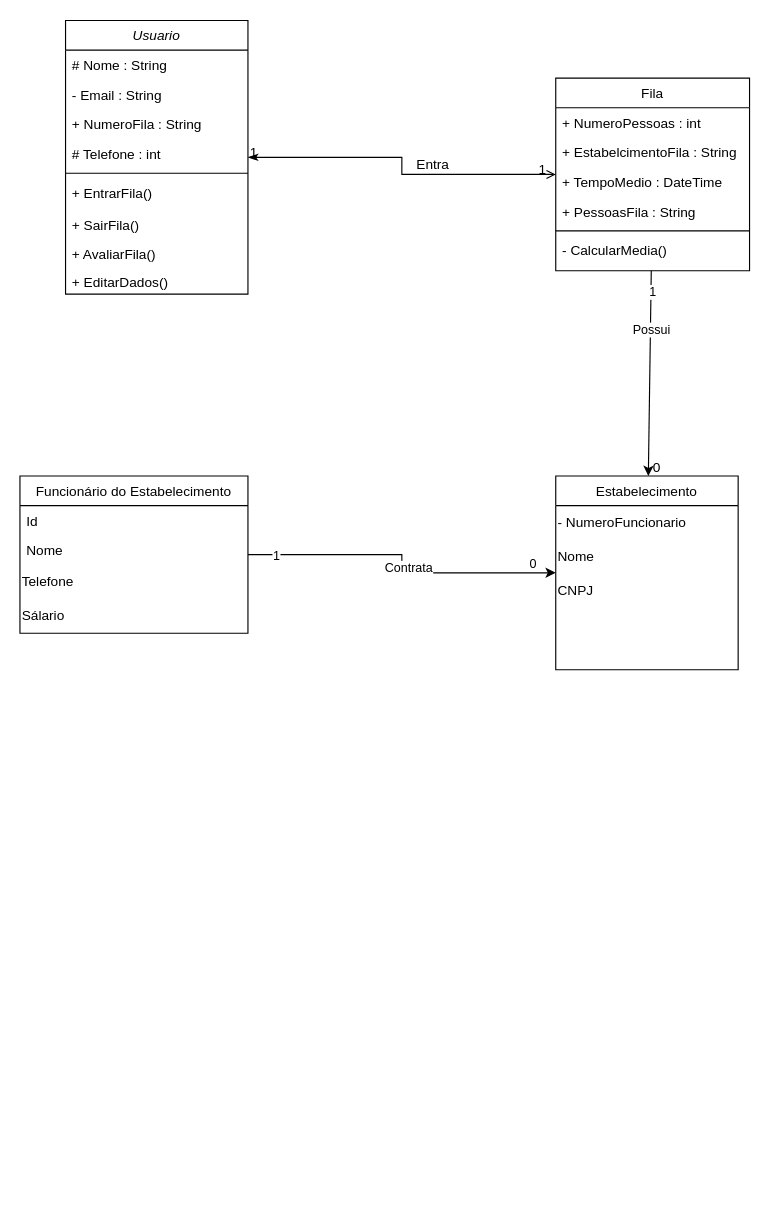
ArthurMLi/Pit keeps this draw.io diagram as DiagramaClasses.drawio. Above is the earlier version. Source tidied: cells renumbered, new cells numbered last; positions are measured from the earlier drawing's top-left corner, leaving out a move shared by most shapes. Both pictures are drawn from the tidied source at 114%, with x=0, y=0 at pixel (19, 19).
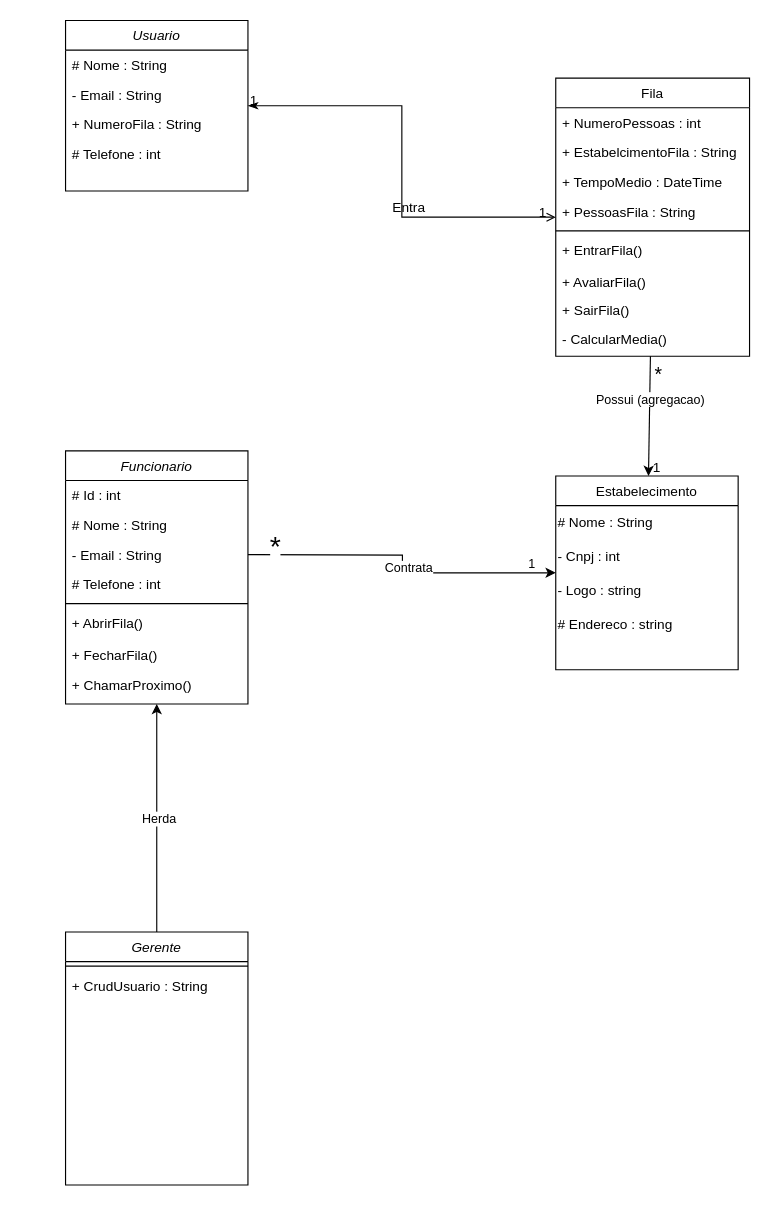
The same page after the edit.

Unchanged cells that the change refers to:
```xml
<mxCell id="17" value="Estabelecimento" style="swimlane;fontStyle=0;align=center;verticalAlign=top;horizontal=1;startSize=26;rounded=0;shadow=0;strokeWidth=1;" parent="1" vertex="1">
  <mxGeometry x="470" y="400" width="160" height="170" as="geometry" />
</mxCell>
<mxCell id="32" style="endArrow=classic;html=1;rounded=0;" parent="1" edge="1" source="21" target="17">
  <mxGeometry relative="1" as="geometry" />
</mxCell>
```

What changed in the source:
```diff
@@
     <mxCell id="2" value="Usuario" style="swimlane;fontStyle=2;align=center;verticalAlign=top;horizontal=1;startSize=26;rounded=0;shadow=0;strokeWidth=1;" parent="1" vertex="1">
-      <mxGeometry x="40" y="0.5" width="160" height="240" as="geometry" />
+      <mxGeometry x="40" y="0.5" width="160" height="149.5" as="geometry" />
     </mxCell>
@@
-    <mxCell id="7" style="line;html=1;strokeWidth=1;align=left;verticalAlign=middle;spacingTop=-1;spacingLeft=3;spacingRight=3;labelPosition=right;" parent="2" vertex="1">
-      <mxGeometry y="130" width="160" height="8" as="geometry" />
-    </mxCell>
-    <mxCell id="8" value="+ EntrarFila()" style="text;align=left;verticalAlign=top;spacingLeft=4;spacingRight=4;overflow=hidden;" parent="2" vertex="1">
-      <mxGeometry y="138" width="160" height="28" as="geometry" />
-    </mxCell>
-    <mxCell id="9" value="+ SairFila()" style="text;align=left;verticalAlign=top;spacingLeft=4;spacingRight=4;overflow=hidden;rounded=0;shadow=0;html=0;" parent="2" vertex="1">
-      <mxGeometry y="166" width="160" height="26" as="geometry" />
-    </mxCell>
-    <mxCell id="10" value="+ AvaliarFila()" style="text;align=left;verticalAlign=top;spacingLeft=4;spacingRight=4;overflow=hidden;rounded=0;shadow=0;html=0;" parent="2" vertex="1">
-      <mxGeometry y="192" width="160" height="24" as="geometry" />
-    </mxCell>
-    <mxCell id="11" value="+ EditarDados()" style="text;align=left;verticalAlign=top;spacingLeft=4;spacingRight=4;overflow=hidden;rounded=0;shadow=0;html=0;" parent="2" vertex="1">
-      <mxGeometry y="216" width="160" height="24" as="geometry" />
-    </mxCell>
-    <mxCell id="12" value="Funcionário do Estabelecimento" style="swimlane;fontStyle=0;align=center;verticalAlign=top;horizontal=1;startSize=26;rounded=0;shadow=0;strokeWidth=1;" parent="1" vertex="1">
-      <mxGeometry y="400" width="200" height="138" as="geometry" />
-    </mxCell>
-    <mxCell id="13" value="Id" style="text;align=left;verticalAlign=top;spacingLeft=4;spacingRight=4;overflow=hidden;" parent="12" vertex="1">
-      <mxGeometry y="26" width="200" height="26" as="geometry" />
-    </mxCell>
-    <mxCell id="14" value="Nome" style="text;align=left;verticalAlign=top;spacingLeft=4;spacingRight=4;overflow=hidden;rounded=0;shadow=0;html=0;" parent="12" vertex="1">
-      <mxGeometry y="52" width="200" height="26" as="geometry" />
-    </mxCell>
-    <mxCell id="15" value="Telefone" style="text;html=1;align=left;verticalAlign=middle;strokeColor=none;fillColor=none;" parent="12" vertex="1">
-      <mxGeometry y="78" width="200" height="30" as="geometry" />
-    </mxCell>
-    <mxCell id="16" value="Sálario" style="text;html=1;align=left;verticalAlign=middle;strokeColor=none;fillColor=none;" parent="12" vertex="1">
-      <mxGeometry y="108" width="200" height="30" as="geometry" />
-    </mxCell>
@@
-    <mxCell id="18" value="- NumeroFuncionario" style="text;html=1;align=left;verticalAlign=middle;strokeColor=none;fillColor=none;" parent="17" vertex="1">
-      <mxGeometry y="26" width="160" height="30" as="geometry" />
-    </mxCell>
-    <mxCell id="19" value="Nome" style="text;html=1;align=left;verticalAlign=middle;strokeColor=none;fillColor=none;" parent="17" vertex="1">
-      <mxGeometry y="56" width="160" height="30" as="geometry" />
+    <mxCell id="19" value="# Nome : String" style="text;html=1;align=left;verticalAlign=middle;strokeColor=none;fillColor=none;" parent="17" vertex="1">
+      <mxGeometry y="26" width="160" height="30" as="geometry" />
     </mxCell>
-    <mxCell id="20" value="CNPJ" style="text;html=1;align=left;verticalAlign=middle;strokeColor=none;fillColor=none;" parent="17" vertex="1">
-      <mxGeometry y="86" width="160" height="30" as="geometry" />
+    <mxCell id="20" value="- Cnpj : int&amp;nbsp;" style="text;html=1;align=left;verticalAlign=middle;strokeColor=none;fillColor=none;" parent="17" vertex="1">
+      <mxGeometry y="56" width="160" height="30" as="geometry" />
     </mxCell>
+    <mxCell id="40" value="- Logo : string&amp;nbsp;" style="text;html=1;align=left;verticalAlign=middle;strokeColor=none;fillColor=none;" parent="17" vertex="1">
+      <mxGeometry y="86" width="160" height="30" as="geometry" />
+    </mxCell>
+    <mxCell id="41" value="# Endereco : string&amp;nbsp;" style="text;html=1;align=left;verticalAlign=middle;strokeColor=none;fillColor=none;" parent="17" vertex="1">
+      <mxGeometry y="116" width="160" height="30" as="geometry" />
+    </mxCell>
     <mxCell id="21" value="Fila" style="swimlane;fontStyle=0;align=center;verticalAlign=top;horizontal=1;startSize=26;rounded=0;shadow=0;strokeWidth=1;" parent="1" vertex="1">
-      <mxGeometry x="470" y="51" width="170" height="169" as="geometry" />
+      <mxGeometry x="470" y="51" width="170" height="244" as="geometry" />
     </mxCell>
@@
+    <mxCell id="8" value="+ EntrarFila()" style="text;align=left;verticalAlign=top;spacingLeft=4;spacingRight=4;overflow=hidden;" parent="21" vertex="1">
+      <mxGeometry y="138" width="170" height="28" as="geometry" />
+    </mxCell>
+    <mxCell id="10" value="+ AvaliarFila()" style="text;align=left;verticalAlign=top;spacingLeft=4;spacingRight=4;overflow=hidden;rounded=0;shadow=0;html=0;" parent="21" vertex="1">
+      <mxGeometry y="166" width="170" height="24" as="geometry" />
+    </mxCell>
+    <mxCell id="9" value="+ SairFila()" style="text;align=left;verticalAlign=top;spacingLeft=4;spacingRight=4;overflow=hidden;rounded=0;shadow=0;html=0;" parent="21" vertex="1">
+      <mxGeometry y="190" width="170" height="26" as="geometry" />
+    </mxCell>
     <mxCell id="27" value="- CalcularMedia()" style="text;align=left;verticalAlign=top;spacingLeft=4;spacingRight=4;overflow=hidden;" parent="21" vertex="1">
-      <mxGeometry y="138" width="170" height="28" as="geometry" />
+      <mxGeometry y="216" width="170" height="28" as="geometry" />
     </mxCell>
@@
-    <mxCell id="33" value="Possui" style="edgeLabel;html=1;align=center;verticalAlign=middle;" parent="32" vertex="1">
+    <mxCell id="33" value="Possui (agregacao)" style="edgeLabel;html=1;align=center;verticalAlign=middle;" parent="32" vertex="1">
       <mxGeometry x="-0.65" relative="1" as="geometry">
         <mxPoint y="20" as="offset" />
       </mxGeometry>
     </mxCell>
-    <mxCell id="34" value="1" style="edgeLabel;html=1;align=center;verticalAlign=middle;" parent="32" vertex="1">
-      <mxGeometry x="-0.8" y="1" relative="1" as="geometry" />
+    <mxCell id="34" value="&lt;font style=&quot;font-size: 17px;&quot;&gt;*&lt;/font&gt;" style="edgeLabel;html=1;align=center;verticalAlign=middle;" parent="32" vertex="1">
+      <mxGeometry x="-0.8" y="1" relative="1" as="geometry">
+        <mxPoint x="6" y="5" as="offset" />
+      </mxGeometry>
     </mxCell>
-    <mxCell id="35" value="&amp;nbsp; &amp;nbsp; &amp;nbsp;0" style="text;html=1;align=center;verticalAlign=middle;strokeColor=none;fillColor=none;" parent="1" vertex="1">
+    <mxCell id="35" value="&amp;nbsp; &amp;nbsp; &amp;nbsp;1" style="text;html=1;align=center;verticalAlign=middle;strokeColor=none;fillColor=none;" parent="1" vertex="1">
       <mxGeometry x="525" y="378" width="50" height="30" as="geometry" />
     </mxCell>
-    <mxCell id="36" style="edgeStyle=orthogonalEdgeStyle;rounded=0;jettySize=auto;html=1;" parent="1" edge="1" source="12" target="17">
-      <mxGeometry relative="1" as="geometry" />
+    <mxCell id="36" style="edgeStyle=orthogonalEdgeStyle;rounded=0;jettySize=auto;html=1;" parent="1" edge="1" target="17">
+      <mxGeometry relative="1" as="geometry">
+        <mxPoint x="200" y="469" as="sourcePoint" />
+      </mxGeometry>
     </mxCell>
-    <mxCell id="37" value="1" style="edgeLabel;html=1;align=center;verticalAlign=middle;" parent="36" vertex="1">
-      <mxGeometry x="-0.83" relative="1" as="geometry" />
+    <mxCell id="37" value="&lt;font style=&quot;font-size: 25px;&quot;&gt;*&lt;/font&gt;" style="edgeLabel;html=1;align=center;verticalAlign=middle;" parent="36" vertex="1">
+      <mxGeometry x="-0.83" relative="1" as="geometry">
+        <mxPoint y="-9" as="offset" />
+      </mxGeometry>
     </mxCell>
-    <mxCell id="38" value="0" style="edgeLabel;html=1;align=center;verticalAlign=middle;" parent="36" vertex="1">
+    <mxCell id="38" value="1" style="edgeLabel;html=1;align=center;verticalAlign=middle;" parent="36" vertex="1">
       <mxGeometry x="0.85" y="9" relative="1" as="geometry" />
     </mxCell>
@@
+    <mxCell id="42" value="Funcionario" style="swimlane;fontStyle=2;align=center;verticalAlign=top;horizontal=1;startSize=26;rounded=0;shadow=0;strokeWidth=1;" parent="1" vertex="1">
+      <mxGeometry x="40" y="378" width="160" height="222" as="geometry" />
+    </mxCell>
+    <mxCell id="43" value="# Id : int" style="text;align=left;verticalAlign=top;spacingLeft=4;spacingRight=4;overflow=hidden;rounded=0;shadow=0;html=0;" parent="42" vertex="1">
+      <mxGeometry y="26" width="160" height="26" as="geometry" />
+    </mxCell>
+    <mxCell id="44" value="# Nome : String" style="text;align=left;verticalAlign=top;spacingLeft=4;spacingRight=4;overflow=hidden;" parent="42" vertex="1">
+      <mxGeometry y="52" width="160" height="26" as="geometry" />
+    </mxCell>
+    <mxCell id="45" value="- Email : String" style="text;align=left;verticalAlign=top;spacingLeft=4;spacingRight=4;overflow=hidden;rounded=0;shadow=0;html=0;" parent="42" vertex="1">
+      <mxGeometry y="78" width="160" height="26" as="geometry" />
+    </mxCell>
+    <mxCell id="46" value="# Telefone : int" style="text;align=left;verticalAlign=top;spacingLeft=4;spacingRight=4;overflow=hidden;rounded=0;shadow=0;html=0;" parent="42" vertex="1">
+      <mxGeometry y="104" width="160" height="26" as="geometry" />
+    </mxCell>
+    <mxCell id="7" style="line;html=1;strokeWidth=1;align=left;verticalAlign=middle;spacingTop=-1;spacingLeft=3;spacingRight=3;labelPosition=right;" parent="42" vertex="1">
+      <mxGeometry y="130" width="160" height="8" as="geometry" />
+    </mxCell>
+    <mxCell id="47" value="+ AbrirFila()" style="text;align=left;verticalAlign=top;spacingLeft=4;spacingRight=4;overflow=hidden;" parent="42" vertex="1">
+      <mxGeometry y="138" width="160" height="28" as="geometry" />
+    </mxCell>
+    <mxCell id="48" value="+ FecharFila()" style="text;align=left;verticalAlign=top;spacingLeft=4;spacingRight=4;overflow=hidden;rounded=0;shadow=0;html=0;" parent="42" vertex="1">
+      <mxGeometry y="166" width="160" height="26" as="geometry" />
+    </mxCell>
+    <mxCell id="49" value="+ ChamarProximo()" style="text;align=left;verticalAlign=top;spacingLeft=4;spacingRight=4;overflow=hidden;rounded=0;shadow=0;html=0;" parent="42" vertex="1">
+      <mxGeometry y="192" width="160" height="24" as="geometry" />
+    </mxCell>
+    <mxCell id="50" value="Gerente" style="swimlane;fontStyle=2;align=center;verticalAlign=top;horizontal=1;startSize=26;rounded=0;shadow=0;strokeWidth=1;" parent="1" vertex="1">
+      <mxGeometry x="40" y="800" width="160" height="222" as="geometry" />
+    </mxCell>
+    <mxCell id="51" style="line;html=1;strokeWidth=1;align=left;verticalAlign=middle;spacingTop=-1;spacingLeft=3;spacingRight=3;labelPosition=right;" parent="50" vertex="1">
+      <mxGeometry y="26" width="160" height="8" as="geometry" />
+    </mxCell>
+    <mxCell id="52" value="+ CrudUsuario : String" style="text;align=left;verticalAlign=top;spacingLeft=4;spacingRight=4;overflow=hidden;" parent="50" vertex="1">
+      <mxGeometry y="34" width="160" height="28" as="geometry" />
+    </mxCell>
+    <mxCell id="53" style="endArrow=classic;html=1;rounded=0;entryX=0.5;entryY=1;entryDx=0;entryDy=0;" parent="1" edge="1" source="50" target="42">
+      <mxGeometry relative="1" as="geometry" />
+    </mxCell>
+    <mxCell id="54" value="Herda" style="edgeLabel;html=1;align=center;verticalAlign=middle;" parent="53" vertex="1">
+      <mxGeometry y="-1" relative="1" as="geometry" />
+    </mxCell>
```
